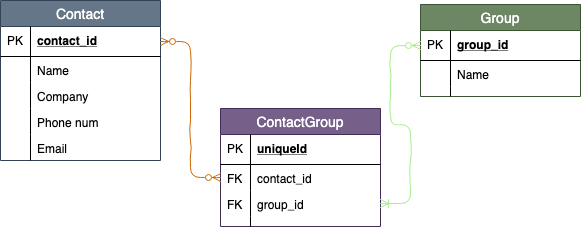
This is schema-address-book.png from infinite-fox-2019/schema-address-book, a draw.io export, as it was before one commit. Source tidied: cells renumbered, new cells last; positions are measured from the earlier drawing's top-left corner, leaving out a move shared by most shapes. The source it was exported from:
```xml
<mxGraphModel>
  <root>
    <mxCell id="0" />
    <mxCell id="1" parent="0" />
    <mxCell id="2" value="Contact" style="swimlane;fontStyle=0;horizontal=1;startSize=26;fillColor=#647687;swimlaneFillColor=#ffffff;align=center;fontSize=14;strokeColor=#314354;fontColor=#ffffff;" parent="1" vertex="1">
      <mxGeometry width="160" height="160" as="geometry" />
    </mxCell>
    <mxCell id="3" value="contact_id" style="shape=partialRectangle;top=0;left=0;right=0;bottom=1;align=left;verticalAlign=middle;fillColor=none;spacingLeft=34;spacingRight=4;overflow=hidden;points=[[0,0.5],[1,0.5]];portConstraint=eastwest;fontStyle=5;fontSize=12;" parent="2" vertex="1">
      <mxGeometry y="26" width="160" height="30" as="geometry" />
    </mxCell>
    <mxCell id="4" value="PK" style="shape=partialRectangle;top=0;left=0;bottom=0;fillColor=none;align=left;verticalAlign=middle;spacingLeft=4;spacingRight=4;overflow=hidden;fontSize=12;" parent="3" vertex="1">
      <mxGeometry width="30" height="30" as="geometry" />
    </mxCell>
    <mxCell id="5" value="Name" style="shape=partialRectangle;top=0;left=0;right=0;bottom=0;align=left;verticalAlign=top;fillColor=none;spacingLeft=34;spacingRight=4;overflow=hidden;fontSize=12;" parent="2" vertex="1">
      <mxGeometry y="56" width="160" height="26" as="geometry" />
    </mxCell>
    <mxCell id="6" style="shape=partialRectangle;top=0;left=0;bottom=0;fillColor=none;align=left;verticalAlign=top;spacingLeft=4;spacingRight=4;overflow=hidden;fontSize=12;" parent="5" vertex="1">
      <mxGeometry width="30" height="26" as="geometry" />
    </mxCell>
    <mxCell id="7" value="Company" style="shape=partialRectangle;top=0;left=0;right=0;bottom=0;align=left;verticalAlign=top;fillColor=none;spacingLeft=34;spacingRight=4;overflow=hidden;fontSize=12;" parent="2" vertex="1">
      <mxGeometry y="82" width="160" height="26" as="geometry" />
    </mxCell>
    <mxCell id="8" style="shape=partialRectangle;top=0;left=0;bottom=0;fillColor=none;align=left;verticalAlign=top;spacingLeft=4;spacingRight=4;overflow=hidden;fontSize=12;" parent="7" vertex="1">
      <mxGeometry width="30" height="26" as="geometry" />
    </mxCell>
    <mxCell id="9" value="Phone num" style="shape=partialRectangle;top=0;left=0;right=0;bottom=0;align=left;verticalAlign=top;fillColor=none;spacingLeft=34;spacingRight=4;overflow=hidden;fontSize=12;" parent="2" vertex="1">
      <mxGeometry y="108" width="160" height="26" as="geometry" />
    </mxCell>
    <mxCell id="10" style="shape=partialRectangle;top=0;left=0;bottom=0;fillColor=none;align=left;verticalAlign=top;spacingLeft=4;spacingRight=4;overflow=hidden;fontSize=12;" parent="9" vertex="1">
      <mxGeometry width="30" height="26" as="geometry" />
    </mxCell>
    <mxCell id="11" value="Email" style="shape=partialRectangle;top=0;left=0;right=0;bottom=0;align=left;verticalAlign=top;fillColor=none;spacingLeft=34;spacingRight=4;overflow=hidden;fontSize=12;" parent="2" vertex="1">
      <mxGeometry y="134" width="160" height="26" as="geometry" />
    </mxCell>
    <mxCell id="12" style="shape=partialRectangle;top=0;left=0;bottom=0;fillColor=none;align=left;verticalAlign=top;spacingLeft=4;spacingRight=4;overflow=hidden;fontSize=12;" parent="11" vertex="1">
      <mxGeometry width="30" height="26" as="geometry" />
    </mxCell>
    <mxCell id="13" value="Group" style="swimlane;fontStyle=0;horizontal=1;startSize=26;fillColor=#6d8764;swimlaneFillColor=#ffffff;align=center;fontSize=14;strokeColor=#3A5431;fontColor=#ffffff;" parent="1" vertex="1">
      <mxGeometry x="420" y="4" width="160" height="92" as="geometry" />
    </mxCell>
    <mxCell id="14" value="group_id" style="shape=partialRectangle;top=0;left=0;right=0;bottom=1;align=left;verticalAlign=middle;fillColor=none;spacingLeft=34;spacingRight=4;overflow=hidden;points=[[0,0.5],[1,0.5]];portConstraint=eastwest;fontStyle=5;fontSize=12;" parent="13" vertex="1">
      <mxGeometry y="26" width="160" height="30" as="geometry" />
    </mxCell>
    <mxCell id="15" value="PK" style="shape=partialRectangle;top=0;left=0;bottom=0;fillColor=none;align=left;verticalAlign=middle;spacingLeft=4;spacingRight=4;overflow=hidden;fontSize=12;" parent="14" vertex="1">
      <mxGeometry width="30" height="30" as="geometry" />
    </mxCell>
    <mxCell id="16" value="Name" style="shape=partialRectangle;top=0;left=0;right=0;bottom=0;align=left;verticalAlign=top;fillColor=none;spacingLeft=34;spacingRight=4;overflow=hidden;fontSize=12;" parent="13" vertex="1">
      <mxGeometry y="56" width="160" height="26" as="geometry" />
    </mxCell>
    <mxCell id="17" style="shape=partialRectangle;top=0;left=0;bottom=0;fillColor=none;align=left;verticalAlign=top;spacingLeft=4;spacingRight=4;overflow=hidden;fontSize=12;" parent="16" vertex="1">
      <mxGeometry width="30" height="26" as="geometry" />
    </mxCell>
    <mxCell id="18" style="shape=partialRectangle;top=0;left=0;right=0;bottom=0;align=left;verticalAlign=top;fillColor=none;spacingLeft=34;spacingRight=4;overflow=hidden;fontSize=12;" parent="13" vertex="1">
      <mxGeometry y="82" width="160" height="10" as="geometry" />
    </mxCell>
    <mxCell id="19" style="shape=partialRectangle;top=0;left=0;bottom=0;fillColor=none;align=left;verticalAlign=top;spacingLeft=4;spacingRight=4;overflow=hidden;fontSize=12;" parent="18" vertex="1">
      <mxGeometry width="30" height="10" as="geometry" />
    </mxCell>
    <mxCell id="20" value="ContactGroup" style="swimlane;fontStyle=0;horizontal=1;startSize=26;fillColor=#76608a;swimlaneFillColor=#ffffff;align=center;fontSize=14;strokeColor=#432D57;fontColor=#ffffff;" parent="1" vertex="1">
      <mxGeometry x="220" y="108" width="160" height="118" as="geometry" />
    </mxCell>
    <mxCell id="21" value="uniqueId" style="shape=partialRectangle;top=0;left=0;right=0;bottom=1;align=left;verticalAlign=middle;fillColor=none;spacingLeft=34;spacingRight=4;overflow=hidden;fontStyle=5;fontSize=12;" parent="20" vertex="1">
      <mxGeometry y="26" width="160" height="30" as="geometry" />
    </mxCell>
    <mxCell id="22" value="PK" style="shape=partialRectangle;top=0;left=0;bottom=0;fillColor=none;align=left;verticalAlign=middle;spacingLeft=4;spacingRight=4;overflow=hidden;fontSize=12;" parent="21" vertex="1">
      <mxGeometry width="30" height="30" as="geometry" />
    </mxCell>
    <mxCell id="23" value="contact_id" style="shape=partialRectangle;top=0;left=0;right=0;bottom=0;align=left;verticalAlign=top;fillColor=none;spacingLeft=34;spacingRight=4;overflow=hidden;points=[[0,0.5],[1,0.5]];portConstraint=eastwest;fontSize=12;" parent="20" vertex="1">
      <mxGeometry y="56" width="160" height="26" as="geometry" />
    </mxCell>
    <mxCell id="24" value="FK" style="shape=partialRectangle;top=0;left=0;bottom=0;fillColor=none;align=left;verticalAlign=top;spacingLeft=4;spacingRight=4;overflow=hidden;fontSize=12;" parent="23" vertex="1">
      <mxGeometry width="30" height="26" as="geometry" />
    </mxCell>
    <mxCell id="25" value="group_id" style="shape=partialRectangle;top=0;left=0;right=0;bottom=0;align=left;verticalAlign=top;fillColor=none;spacingLeft=34;spacingRight=4;overflow=hidden;points=[[0,0.5],[1,0.5]];portConstraint=eastwest;fontSize=12;" parent="20" vertex="1">
      <mxGeometry y="82" width="160" height="26" as="geometry" />
    </mxCell>
    <mxCell id="26" value="FK" style="shape=partialRectangle;top=0;left=0;bottom=0;fillColor=none;align=left;verticalAlign=top;spacingLeft=4;spacingRight=4;overflow=hidden;fontSize=12;" parent="25" vertex="1">
      <mxGeometry width="30" height="26" as="geometry" />
    </mxCell>
    <mxCell id="27" style="shape=partialRectangle;top=0;left=0;right=0;bottom=0;align=left;verticalAlign=top;fillColor=none;spacingLeft=34;spacingRight=4;overflow=hidden;fontSize=12;" parent="20" vertex="1">
      <mxGeometry y="108" width="160" height="10" as="geometry" />
    </mxCell>
    <mxCell id="28" style="shape=partialRectangle;top=0;left=0;bottom=0;fillColor=none;align=left;verticalAlign=top;spacingLeft=4;spacingRight=4;overflow=hidden;fontSize=12;" parent="27" vertex="1">
      <mxGeometry width="30" height="10" as="geometry" />
    </mxCell>
    <mxCell id="29" style="edgeStyle=entityRelationEdgeStyle;fontSize=12;html=1;endArrow=ERzeroToMany;endFill=1;startArrow=ERzeroToMany;exitX=1;exitY=0.5;exitDx=0;exitDy=0;entryX=0;entryY=0.5;entryDx=0;entryDy=0;strokeColor=#CC6600;comic=1;" parent="1" edge="1" source="3" target="23">
      <mxGeometry relative="1" as="geometry" />
    </mxCell>
    <mxCell id="30" style="edgeStyle=entityRelationEdgeStyle;fontSize=12;html=1;endArrow=ERzeroToMany;startArrow=ERoneToMany;entryX=0;entryY=0.5;entryDx=0;entryDy=0;fillColor=#6d8764;strokeColor=#A4ED8A;comic=1;startFill=0;endFill=1;" parent="1" edge="1" target="14">
      <mxGeometry relative="1" as="geometry">
        <mxPoint x="380" y="203" as="sourcePoint" />
      </mxGeometry>
    </mxCell>
  </root>
</mxGraphModel>
```
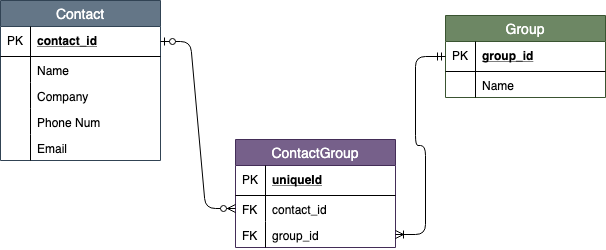
The same file after the commit.

What changed in the source:
```diff
@@ -3,93 +3,79 @@
     <mxCell id="0" />
     <mxCell id="1" parent="0" />
     <mxCell id="2" value="Contact" style="swimlane;fontStyle=0;horizontal=1;startSize=26;fillColor=#647687;swimlaneFillColor=#ffffff;align=center;fontSize=14;strokeColor=#314354;fontColor=#ffffff;" parent="1" vertex="1">
-      <mxGeometry width="160" height="160" as="geometry" />
+      <mxGeometry x="-25" y="58" width="160" height="160" as="geometry" />
     </mxCell>
     <mxCell id="3" value="contact_id" style="shape=partialRectangle;top=0;left=0;right=0;bottom=1;align=left;verticalAlign=middle;fillColor=none;spacingLeft=34;spacingRight=4;overflow=hidden;points=[[0,0.5],[1,0.5]];portConstraint=eastwest;fontStyle=5;fontSize=12;" parent="2" vertex="1">
       <mxGeometry y="26" width="160" height="30" as="geometry" />
     </mxCell>
-    <mxCell id="4" value="PK" style="shape=partialRectangle;top=0;left=0;bottom=0;fillColor=none;align=left;verticalAlign=middle;spacingLeft=4;spacingRight=4;overflow=hidden;fontSize=12;" parent="3" vertex="1">
-      <mxGeometry width="30" height="30" as="geometry" />
-    </mxCell>
-    <mxCell id="5" value="Name" style="shape=partialRectangle;top=0;left=0;right=0;bottom=0;align=left;verticalAlign=top;fillColor=none;spacingLeft=34;spacingRight=4;overflow=hidden;fontSize=12;" parent="2" vertex="1">
-      <mxGeometry y="56" width="160" height="26" as="geometry" />
-    </mxCell>
-    <mxCell id="6" style="shape=partialRectangle;top=0;left=0;bottom=0;fillColor=none;align=left;verticalAlign=top;spacingLeft=4;spacingRight=4;overflow=hidden;fontSize=12;" parent="5" vertex="1">
-      <mxGeometry width="30" height="26" as="geometry" />
-    </mxCell>
+    <mxCell id="31" value="PK" style="shape=partialRectangle;top=0;left=0;bottom=0;fillColor=none;align=left;verticalAlign=middle;spacingLeft=4;spacingRight=4;overflow=hidden;fontSize=12;" parent="3" vertex="1">
+      <mxGeometry width="30" height="30" as="geometry" />
+    </mxCell>
+    <mxCell id="32" value="Name" style="shape=partialRectangle;top=0;left=0;right=0;bottom=0;align=left;verticalAlign=top;fillColor=none;spacingLeft=34;spacingRight=4;overflow=hidden;fontSize=12;" parent="2" vertex="1">
+      <mxGeometry y="56" width="160" height="26" as="geometry" />
+    </mxCell>
+    <mxCell id="33" style="shape=partialRectangle;top=0;left=0;bottom=0;fillColor=none;align=left;verticalAlign=top;spacingLeft=4;spacingRight=4;overflow=hidden;fontSize=12;" parent="32" vertex="1">
+      <mxGeometry width="30" height="26" as="geometry" />
+    </mxCell>
     <mxCell id="7" value="Company" style="shape=partialRectangle;top=0;left=0;right=0;bottom=0;align=left;verticalAlign=top;fillColor=none;spacingLeft=34;spacingRight=4;overflow=hidden;fontSize=12;" parent="2" vertex="1">
       <mxGeometry y="82" width="160" height="26" as="geometry" />
     </mxCell>
-    <mxCell id="8" style="shape=partialRectangle;top=0;left=0;bottom=0;fillColor=none;align=left;verticalAlign=top;spacingLeft=4;spacingRight=4;overflow=hidden;fontSize=12;" parent="7" vertex="1">
-      <mxGeometry width="30" height="26" as="geometry" />
-    </mxCell>
-    <mxCell id="9" value="Phone num" style="shape=partialRectangle;top=0;left=0;right=0;bottom=0;align=left;verticalAlign=top;fillColor=none;spacingLeft=34;spacingRight=4;overflow=hidden;fontSize=12;" parent="2" vertex="1">
-      <mxGeometry y="108" width="160" height="26" as="geometry" />
-    </mxCell>
-    <mxCell id="10" style="shape=partialRectangle;top=0;left=0;bottom=0;fillColor=none;align=left;verticalAlign=top;spacingLeft=4;spacingRight=4;overflow=hidden;fontSize=12;" parent="9" vertex="1">
-      <mxGeometry width="30" height="26" as="geometry" />
-    </mxCell>
+    <mxCell id="34" style="shape=partialRectangle;top=0;left=0;bottom=0;fillColor=none;align=left;verticalAlign=top;spacingLeft=4;spacingRight=4;overflow=hidden;fontSize=12;" parent="7" vertex="1">
+      <mxGeometry width="30" height="26" as="geometry" />
+    </mxCell>
+    <mxCell id="35" value="Phone Num" style="shape=partialRectangle;top=0;left=0;right=0;bottom=0;align=left;verticalAlign=top;fillColor=none;spacingLeft=34;spacingRight=4;overflow=hidden;fontSize=12;" parent="2" vertex="1">
+      <mxGeometry y="108" width="160" height="26" as="geometry" />
+    </mxCell>
+    <mxCell id="36" style="shape=partialRectangle;top=0;left=0;bottom=0;fillColor=none;align=left;verticalAlign=top;spacingLeft=4;spacingRight=4;overflow=hidden;fontSize=12;" parent="35" vertex="1">
+      <mxGeometry width="30" height="26" as="geometry" />
+    </mxCell>
     <mxCell id="11" value="Email" style="shape=partialRectangle;top=0;left=0;right=0;bottom=0;align=left;verticalAlign=top;fillColor=none;spacingLeft=34;spacingRight=4;overflow=hidden;fontSize=12;" parent="2" vertex="1">
       <mxGeometry y="134" width="160" height="26" as="geometry" />
     </mxCell>
-    <mxCell id="12" style="shape=partialRectangle;top=0;left=0;bottom=0;fillColor=none;align=left;verticalAlign=top;spacingLeft=4;spacingRight=4;overflow=hidden;fontSize=12;" parent="11" vertex="1">
-      <mxGeometry width="30" height="26" as="geometry" />
-    </mxCell>
+    <mxCell id="37" style="shape=partialRectangle;top=0;left=0;bottom=0;fillColor=none;align=left;verticalAlign=top;spacingLeft=4;spacingRight=4;overflow=hidden;fontSize=12;" parent="11" vertex="1">
+      <mxGeometry width="30" height="26" as="geometry" />
+    </mxCell>
+    <mxCell id="20" value="ContactGroup" style="swimlane;fontStyle=0;horizontal=1;startSize=26;fillColor=#76608a;swimlaneFillColor=#ffffff;align=center;fontSize=14;strokeColor=#432D57;fontColor=#ffffff;" parent="1" vertex="1">
+      <mxGeometry x="210" y="197" width="160" height="108" as="geometry" />
+    </mxCell>
+    <mxCell id="21" value="uniqueId" style="shape=partialRectangle;top=0;left=0;right=0;bottom=1;align=left;verticalAlign=middle;fillColor=none;spacingLeft=34;spacingRight=4;overflow=hidden;fontStyle=5;fontSize=12;" parent="20" vertex="1">
+      <mxGeometry y="26" width="160" height="30" as="geometry" />
+    </mxCell>
+    <mxCell id="38" value="PK" style="shape=partialRectangle;top=0;left=0;bottom=0;fillColor=none;align=left;verticalAlign=middle;spacingLeft=4;spacingRight=4;overflow=hidden;fontSize=12;" parent="21" vertex="1">
+      <mxGeometry width="30" height="30" as="geometry" />
+    </mxCell>
+    <mxCell id="23" value="contact_id" style="shape=partialRectangle;top=0;left=0;right=0;bottom=0;align=left;verticalAlign=top;fillColor=none;spacingLeft=34;spacingRight=4;overflow=hidden;points=[[0,0.5],[1,0.5]];portConstraint=eastwest;fontSize=12;" parent="20" vertex="1">
+      <mxGeometry y="56" width="160" height="26" as="geometry" />
+    </mxCell>
+    <mxCell id="39" value="FK" style="shape=partialRectangle;top=0;left=0;bottom=0;fillColor=none;align=left;verticalAlign=top;spacingLeft=4;spacingRight=4;overflow=hidden;fontSize=12;" parent="23" vertex="1">
+      <mxGeometry width="30" height="26" as="geometry" />
+    </mxCell>
+    <mxCell id="25" value="group_id" style="shape=partialRectangle;top=0;left=0;right=0;bottom=0;align=left;verticalAlign=top;fillColor=none;spacingLeft=34;spacingRight=4;overflow=hidden;points=[[0,0.5],[1,0.5]];portConstraint=eastwest;fontSize=12;" parent="20" vertex="1">
+      <mxGeometry y="82" width="160" height="26" as="geometry" />
+    </mxCell>
+    <mxCell id="40" value="FK" style="shape=partialRectangle;top=0;left=0;bottom=0;fillColor=none;align=left;verticalAlign=top;spacingLeft=4;spacingRight=4;overflow=hidden;fontSize=12;" parent="25" vertex="1">
+      <mxGeometry width="30" height="26" as="geometry" />
+    </mxCell>
     <mxCell id="13" value="Group" style="swimlane;fontStyle=0;horizontal=1;startSize=26;fillColor=#6d8764;swimlaneFillColor=#ffffff;align=center;fontSize=14;strokeColor=#3A5431;fontColor=#ffffff;" parent="1" vertex="1">
-      <mxGeometry x="420" y="4" width="160" height="92" as="geometry" />
+      <mxGeometry x="420" y="73" width="160" height="82" as="geometry" />
     </mxCell>
     <mxCell id="14" value="group_id" style="shape=partialRectangle;top=0;left=0;right=0;bottom=1;align=left;verticalAlign=middle;fillColor=none;spacingLeft=34;spacingRight=4;overflow=hidden;points=[[0,0.5],[1,0.5]];portConstraint=eastwest;fontStyle=5;fontSize=12;" parent="13" vertex="1">
       <mxGeometry y="26" width="160" height="30" as="geometry" />
     </mxCell>
-    <mxCell id="15" value="PK" style="shape=partialRectangle;top=0;left=0;bottom=0;fillColor=none;align=left;verticalAlign=middle;spacingLeft=4;spacingRight=4;overflow=hidden;fontSize=12;" parent="14" vertex="1">
-      <mxGeometry width="30" height="30" as="geometry" />
-    </mxCell>
-    <mxCell id="16" value="Name" style="shape=partialRectangle;top=0;left=0;right=0;bottom=0;align=left;verticalAlign=top;fillColor=none;spacingLeft=34;spacingRight=4;overflow=hidden;fontSize=12;" parent="13" vertex="1">
-      <mxGeometry y="56" width="160" height="26" as="geometry" />
-    </mxCell>
-    <mxCell id="17" style="shape=partialRectangle;top=0;left=0;bottom=0;fillColor=none;align=left;verticalAlign=top;spacingLeft=4;spacingRight=4;overflow=hidden;fontSize=12;" parent="16" vertex="1">
-      <mxGeometry width="30" height="26" as="geometry" />
-    </mxCell>
-    <mxCell id="18" style="shape=partialRectangle;top=0;left=0;right=0;bottom=0;align=left;verticalAlign=top;fillColor=none;spacingLeft=34;spacingRight=4;overflow=hidden;fontSize=12;" parent="13" vertex="1">
-      <mxGeometry y="82" width="160" height="10" as="geometry" />
-    </mxCell>
-    <mxCell id="19" style="shape=partialRectangle;top=0;left=0;bottom=0;fillColor=none;align=left;verticalAlign=top;spacingLeft=4;spacingRight=4;overflow=hidden;fontSize=12;" parent="18" vertex="1">
-      <mxGeometry width="30" height="10" as="geometry" />
-    </mxCell>
-    <mxCell id="20" value="ContactGroup" style="swimlane;fontStyle=0;horizontal=1;startSize=26;fillColor=#76608a;swimlaneFillColor=#ffffff;align=center;fontSize=14;strokeColor=#432D57;fontColor=#ffffff;" parent="1" vertex="1">
-      <mxGeometry x="220" y="108" width="160" height="118" as="geometry" />
-    </mxCell>
-    <mxCell id="21" value="uniqueId" style="shape=partialRectangle;top=0;left=0;right=0;bottom=1;align=left;verticalAlign=middle;fillColor=none;spacingLeft=34;spacingRight=4;overflow=hidden;fontStyle=5;fontSize=12;" parent="20" vertex="1">
-      <mxGeometry y="26" width="160" height="30" as="geometry" />
-    </mxCell>
-    <mxCell id="22" value="PK" style="shape=partialRectangle;top=0;left=0;bottom=0;fillColor=none;align=left;verticalAlign=middle;spacingLeft=4;spacingRight=4;overflow=hidden;fontSize=12;" parent="21" vertex="1">
-      <mxGeometry width="30" height="30" as="geometry" />
-    </mxCell>
-    <mxCell id="23" value="contact_id" style="shape=partialRectangle;top=0;left=0;right=0;bottom=0;align=left;verticalAlign=top;fillColor=none;spacingLeft=34;spacingRight=4;overflow=hidden;points=[[0,0.5],[1,0.5]];portConstraint=eastwest;fontSize=12;" parent="20" vertex="1">
-      <mxGeometry y="56" width="160" height="26" as="geometry" />
-    </mxCell>
-    <mxCell id="24" value="FK" style="shape=partialRectangle;top=0;left=0;bottom=0;fillColor=none;align=left;verticalAlign=top;spacingLeft=4;spacingRight=4;overflow=hidden;fontSize=12;" parent="23" vertex="1">
-      <mxGeometry width="30" height="26" as="geometry" />
-    </mxCell>
-    <mxCell id="25" value="group_id" style="shape=partialRectangle;top=0;left=0;right=0;bottom=0;align=left;verticalAlign=top;fillColor=none;spacingLeft=34;spacingRight=4;overflow=hidden;points=[[0,0.5],[1,0.5]];portConstraint=eastwest;fontSize=12;" parent="20" vertex="1">
-      <mxGeometry y="82" width="160" height="26" as="geometry" />
-    </mxCell>
-    <mxCell id="26" value="FK" style="shape=partialRectangle;top=0;left=0;bottom=0;fillColor=none;align=left;verticalAlign=top;spacingLeft=4;spacingRight=4;overflow=hidden;fontSize=12;" parent="25" vertex="1">
-      <mxGeometry width="30" height="26" as="geometry" />
-    </mxCell>
-    <mxCell id="27" style="shape=partialRectangle;top=0;left=0;right=0;bottom=0;align=left;verticalAlign=top;fillColor=none;spacingLeft=34;spacingRight=4;overflow=hidden;fontSize=12;" parent="20" vertex="1">
-      <mxGeometry y="108" width="160" height="10" as="geometry" />
-    </mxCell>
-    <mxCell id="28" style="shape=partialRectangle;top=0;left=0;bottom=0;fillColor=none;align=left;verticalAlign=top;spacingLeft=4;spacingRight=4;overflow=hidden;fontSize=12;" parent="27" vertex="1">
-      <mxGeometry width="30" height="10" as="geometry" />
-    </mxCell>
+    <mxCell id="41" value="PK" style="shape=partialRectangle;top=0;left=0;bottom=0;fillColor=none;align=left;verticalAlign=middle;spacingLeft=4;spacingRight=4;overflow=hidden;fontSize=12;" parent="14" vertex="1">
+      <mxGeometry width="30" height="30" as="geometry" />
+    </mxCell>
+    <mxCell id="42" value="Name" style="shape=partialRectangle;top=0;left=0;right=0;bottom=0;align=left;verticalAlign=top;fillColor=none;spacingLeft=34;spacingRight=4;overflow=hidden;fontSize=12;" parent="13" vertex="1">
+      <mxGeometry y="56" width="160" height="26" as="geometry" />
+    </mxCell>
+    <mxCell id="43" style="shape=partialRectangle;top=0;left=0;bottom=0;fillColor=none;align=left;verticalAlign=top;spacingLeft=4;spacingRight=4;overflow=hidden;fontSize=12;" parent="42" vertex="1">
+      <mxGeometry width="30" height="26" as="geometry" />
+    </mxCell>
-    <mxCell id="29" style="edgeStyle=entityRelationEdgeStyle;fontSize=12;html=1;endArrow=ERzeroToMany;endFill=1;startArrow=ERzeroToMany;exitX=1;exitY=0.5;exitDx=0;exitDy=0;entryX=0;entryY=0.5;entryDx=0;entryDy=0;strokeColor=#CC6600;comic=1;" parent="1" edge="1" source="3" target="23">
+    <mxCell id="29" style="edgeStyle=entityRelationEdgeStyle;fontSize=12;html=1;endArrow=ERzeroToMany;startArrow=ERzeroToOne;exitX=1;exitY=0.5;exitDx=0;exitDy=0;entryX=0;entryY=0.5;entryDx=0;entryDy=0;startFill=1;" parent="1" edge="1" source="3" target="23">
       <mxGeometry relative="1" as="geometry" />
     </mxCell>
-    <mxCell id="30" style="edgeStyle=entityRelationEdgeStyle;fontSize=12;html=1;endArrow=ERzeroToMany;startArrow=ERoneToMany;entryX=0;entryY=0.5;entryDx=0;entryDy=0;fillColor=#6d8764;strokeColor=#A4ED8A;comic=1;startFill=0;endFill=1;" parent="1" edge="1" target="14">
-      <mxGeometry relative="1" as="geometry">
-        <mxPoint x="380" y="203" as="sourcePoint" />
-      </mxGeometry>
-    </mxCell>
+    <mxCell id="44" style="edgeStyle=entityRelationEdgeStyle;fontSize=12;html=1;endArrow=ERmandOne;startArrow=ERoneToMany;exitX=1;exitY=0.5;exitDx=0;exitDy=0;entryX=0;entryY=0.5;entryDx=0;entryDy=0;startFill=0;endFill=0;" parent="1" edge="1" source="25" target="14">
+      <mxGeometry relative="1" as="geometry" />
+    </mxCell>
   </root>
 </mxGraphModel>
```
